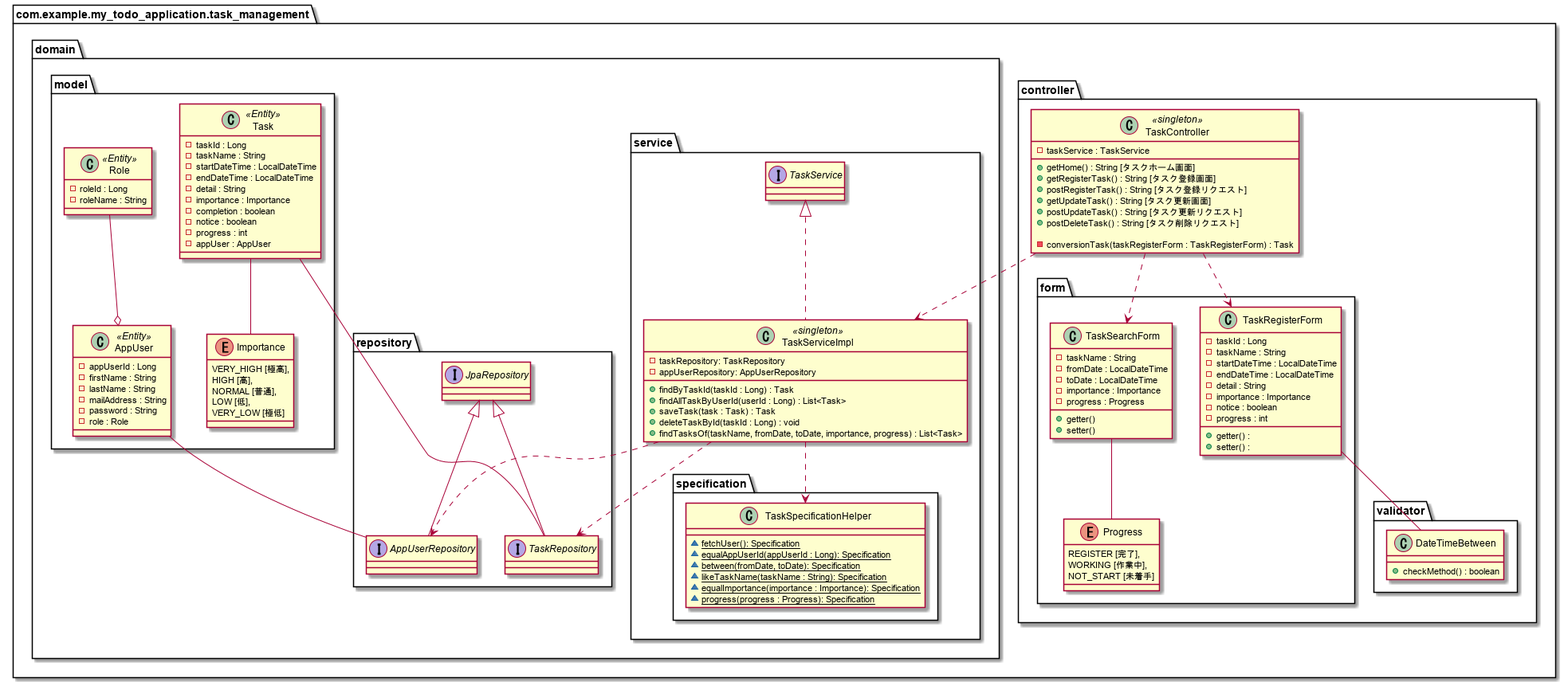
Before: plantuml/task_relation_class.png, a diagram exported from PlantUML (yasusi-1234/my_todo_application).
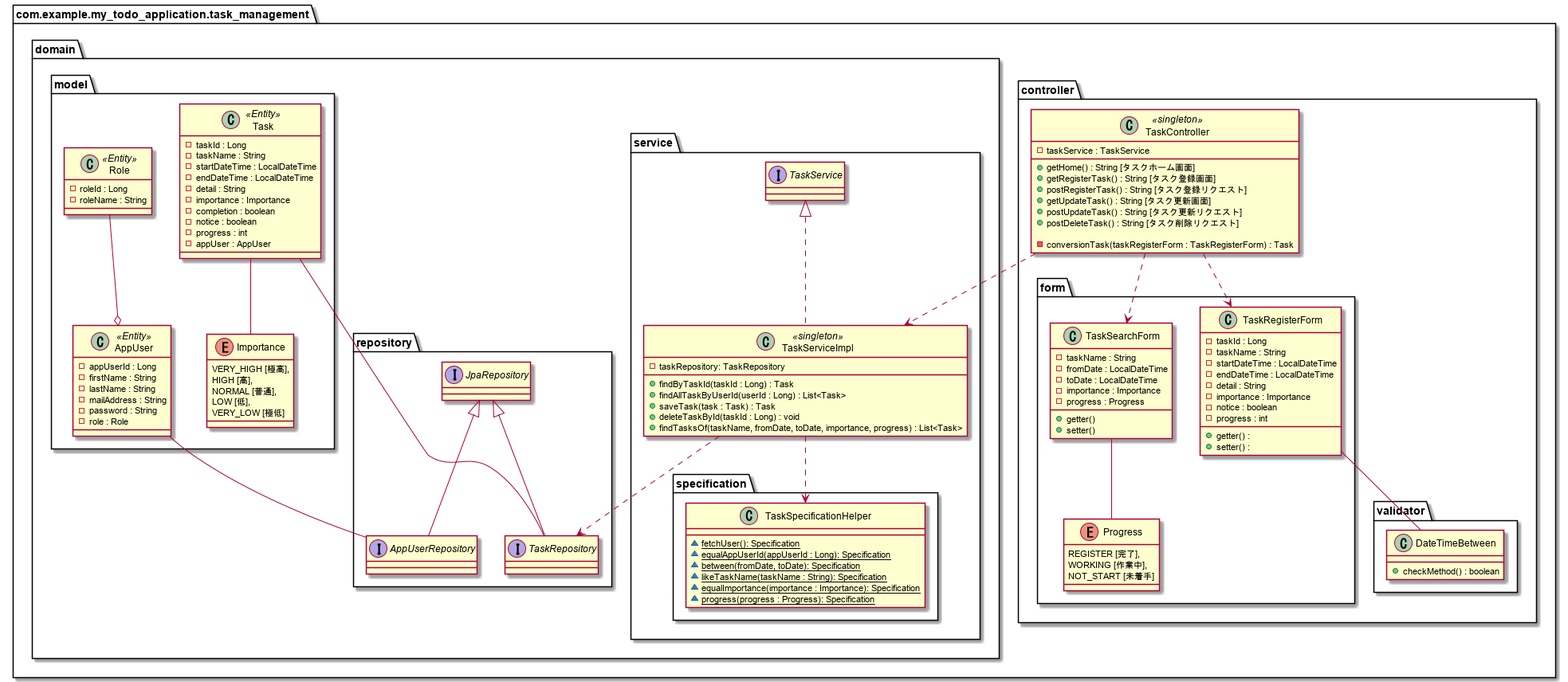
After the commit.

Commit message:
ログイン・ユーザー登録のクラス図の修正

The edit, as a diff of the source:
```diff
@@ -62,7 +62,6 @@
 
             class TaskServiceImpl <<singleton>> implements TaskService{
                 - taskRepository: TaskRepository
-                - appUserRepository: AppUserRepository
 
                 + findByTaskId(taskId : Long) : Task
                 + findAllTaskByUserId(userId : Long) : List<Task>
@@ -139,7 +138,6 @@
 AppUser -- AppUserRepository
 
 TaskServiceImpl ..> TaskRepository
-TaskServiceImpl ..> AppUserRepository
 TaskServiceImpl ..> TaskSpecificationHelper
 
 TaskController ..> TaskServiceImpl
```
